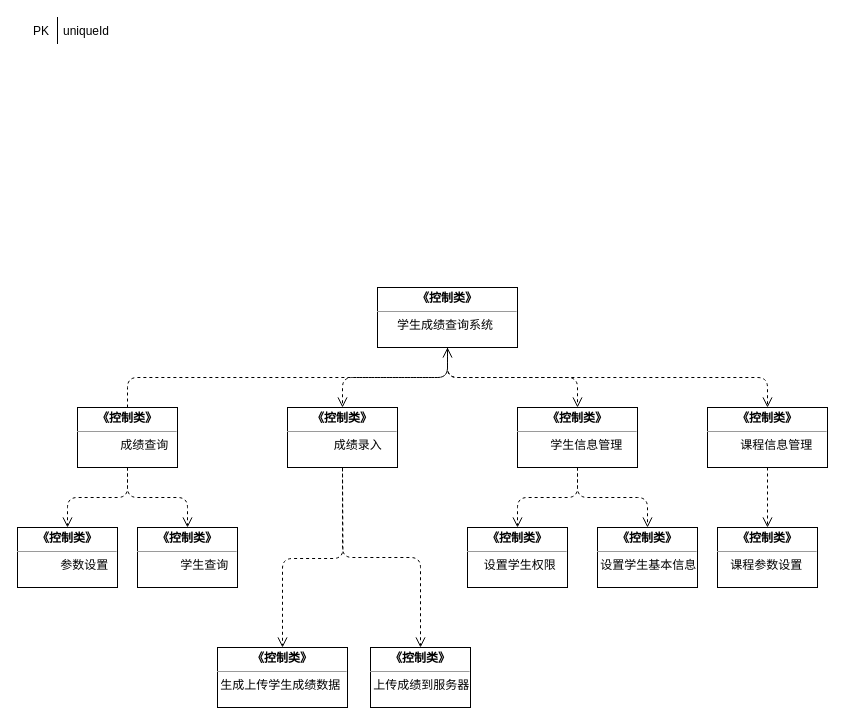
Earlier version of the draw.io diagram 学生成绩查询系统控制类关系图.drawio (lds55/-UML). Source tidied: cells renumbered, new cells numbered last; positions are measured from the earlier drawing's top-left corner, leaving out a move shared by most shapes. Both pictures are drawn from the tidied source at 100%, with x=0, y=0 at pixel (17, 17).
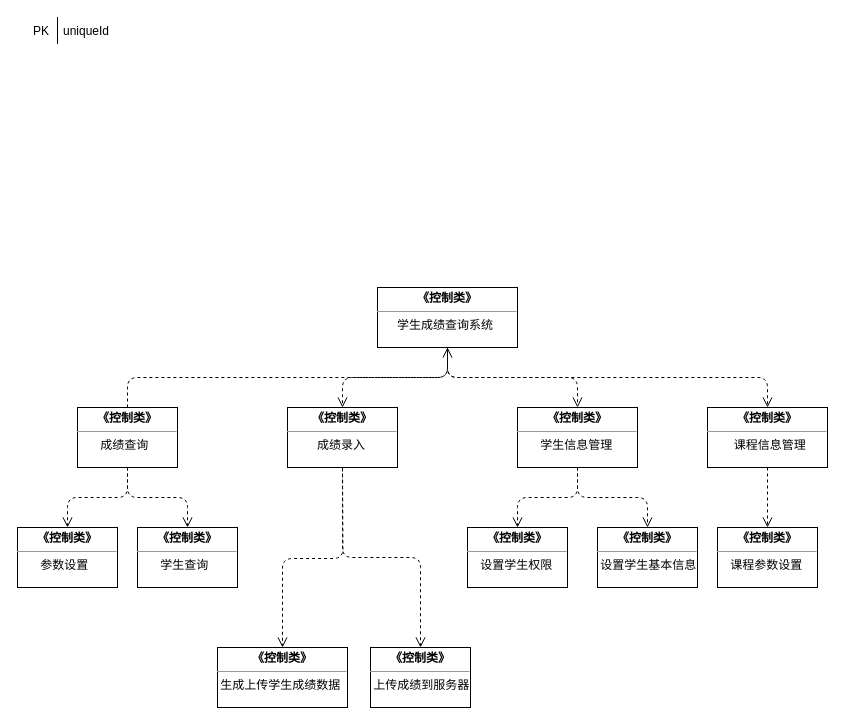
Above is the later version.

Commit message (it also covers changes not shown here):
更新学生成绩查询系统控制类关系图.drawio

The edit, as a diff of the source:
```diff
@@
-    <mxCell id="5" value="&lt;p style=&quot;margin: 0px ; margin-top: 4px ; text-align: center&quot;&gt;&lt;b&gt;《控制类》&lt;/b&gt;&lt;/p&gt;&lt;hr size=&quot;1&quot;&gt;&lt;div style=&quot;height: 2px&quot;&gt;&amp;nbsp; &amp;nbsp; &amp;nbsp; &amp;nbsp; &amp;nbsp; &amp;nbsp; &amp;nbsp;成绩查询&lt;/div&gt;" style="verticalAlign=top;align=left;overflow=fill;fontSize=12;fontFamily=Helvetica;html=1;" parent="1" vertex="1">
+    <mxCell id="5" value="&lt;p style=&quot;margin: 0px ; margin-top: 4px ; text-align: center&quot;&gt;&lt;b&gt;《控制类》&lt;/b&gt;&lt;/p&gt;&lt;hr size=&quot;1&quot;&gt;&lt;div style=&quot;height: 2px&quot;&gt;&amp;nbsp; &amp;nbsp; &amp;nbsp; &amp;nbsp;成绩查询&lt;/div&gt;" style="verticalAlign=top;align=left;overflow=fill;fontSize=12;fontFamily=Helvetica;html=1;" parent="1" vertex="1">
       <mxGeometry x="60" y="390" width="100" height="60" as="geometry" />
     </mxCell>
-    <mxCell id="6" value="&lt;p style=&quot;margin: 0px ; margin-top: 4px ; text-align: center&quot;&gt;&lt;b&gt;《控制类》&lt;/b&gt;&lt;/p&gt;&lt;hr size=&quot;1&quot;&gt;&lt;div style=&quot;height: 2px&quot;&gt;&amp;nbsp; &amp;nbsp; &amp;nbsp; &amp;nbsp; &amp;nbsp; &amp;nbsp; &amp;nbsp; 成绩录入&lt;/div&gt;" style="verticalAlign=top;align=left;overflow=fill;fontSize=12;fontFamily=Helvetica;html=1;" parent="1" vertex="1">
+    <mxCell id="6" value="&lt;p style=&quot;margin: 0px ; margin-top: 4px ; text-align: center&quot;&gt;&lt;b&gt;《控制类》&lt;/b&gt;&lt;/p&gt;&lt;hr size=&quot;1&quot;&gt;&lt;div style=&quot;height: 2px&quot;&gt;&amp;nbsp; &amp;nbsp; &amp;nbsp; &amp;nbsp; &amp;nbsp;成绩录入&lt;/div&gt;" style="verticalAlign=top;align=left;overflow=fill;fontSize=12;fontFamily=Helvetica;html=1;" parent="1" vertex="1">
       <mxGeometry x="270" y="390" width="110" height="60" as="geometry" />
     </mxCell>
-    <mxCell id="7" value="&lt;p style=&quot;margin: 0px ; margin-top: 4px ; text-align: center&quot;&gt;&lt;b&gt;《控制类》&lt;/b&gt;&lt;/p&gt;&lt;hr size=&quot;1&quot;&gt;&lt;div style=&quot;height: 2px&quot;&gt;&amp;nbsp; &amp;nbsp; &amp;nbsp; &amp;nbsp; &amp;nbsp; 学生信息管理&lt;/div&gt;" style="verticalAlign=top;align=left;overflow=fill;fontSize=12;fontFamily=Helvetica;html=1;" parent="1" vertex="1">
+    <mxCell id="7" value="&lt;p style=&quot;margin: 0px ; margin-top: 4px ; text-align: center&quot;&gt;&lt;b&gt;《控制类》&lt;/b&gt;&lt;/p&gt;&lt;hr size=&quot;1&quot;&gt;&lt;div style=&quot;height: 2px&quot;&gt;&amp;nbsp; &amp;nbsp; &amp;nbsp; &amp;nbsp;学生信息管理&lt;/div&gt;" style="verticalAlign=top;align=left;overflow=fill;fontSize=12;fontFamily=Helvetica;html=1;" parent="1" vertex="1">
       <mxGeometry x="500" y="390" width="120" height="60" as="geometry" />
     </mxCell>
-    <mxCell id="8" value="&lt;p style=&quot;margin: 0px ; margin-top: 4px ; text-align: center&quot;&gt;&lt;b&gt;《控制类》&lt;/b&gt;&lt;/p&gt;&lt;hr size=&quot;1&quot;&gt;&lt;div style=&quot;height: 2px&quot;&gt;&amp;nbsp; &amp;nbsp; &amp;nbsp; &amp;nbsp; &amp;nbsp; 课程信息管理&lt;/div&gt;" style="verticalAlign=top;align=left;overflow=fill;fontSize=12;fontFamily=Helvetica;html=1;" parent="1" vertex="1">
+    <mxCell id="8" value="&lt;p style=&quot;margin: 0px ; margin-top: 4px ; text-align: center&quot;&gt;&lt;b&gt;《控制类》&lt;/b&gt;&lt;/p&gt;&lt;hr size=&quot;1&quot;&gt;&lt;div style=&quot;height: 2px&quot;&gt;&amp;nbsp; &amp;nbsp; &amp;nbsp; &amp;nbsp; 课程信息管理&lt;/div&gt;" style="verticalAlign=top;align=left;overflow=fill;fontSize=12;fontFamily=Helvetica;html=1;" parent="1" vertex="1">
       <mxGeometry x="690" y="390" width="120" height="60" as="geometry" />
     </mxCell>
@@
-    <mxCell id="13" value="&lt;p style=&quot;margin: 0px ; margin-top: 4px ; text-align: center&quot;&gt;&lt;b&gt;《控制类》&lt;/b&gt;&lt;/p&gt;&lt;hr size=&quot;1&quot;&gt;&lt;div style=&quot;height: 2px&quot;&gt;&amp;nbsp; &amp;nbsp; &amp;nbsp; &amp;nbsp; &amp;nbsp; &amp;nbsp; &amp;nbsp;参数设置&lt;/div&gt;" style="verticalAlign=top;align=left;overflow=fill;fontSize=12;fontFamily=Helvetica;html=1;" parent="1" vertex="1">
+    <mxCell id="13" value="&lt;p style=&quot;margin: 0px ; margin-top: 4px ; text-align: center&quot;&gt;&lt;b&gt;《控制类》&lt;/b&gt;&lt;/p&gt;&lt;hr size=&quot;1&quot;&gt;&lt;div style=&quot;height: 2px&quot;&gt;&amp;nbsp; &amp;nbsp; &amp;nbsp; &amp;nbsp;参数设置&lt;/div&gt;" style="verticalAlign=top;align=left;overflow=fill;fontSize=12;fontFamily=Helvetica;html=1;" parent="1" vertex="1">
       <mxGeometry y="510" width="100" height="60" as="geometry" />
     </mxCell>
-    <mxCell id="14" value="&lt;p style=&quot;margin: 0px ; margin-top: 4px ; text-align: center&quot;&gt;&lt;b&gt;《控制类》&lt;/b&gt;&lt;/p&gt;&lt;hr size=&quot;1&quot;&gt;&lt;div style=&quot;height: 2px&quot;&gt;&amp;nbsp; &amp;nbsp; &amp;nbsp; &amp;nbsp; &amp;nbsp; &amp;nbsp; &amp;nbsp;学生查询&lt;/div&gt;" style="verticalAlign=top;align=left;overflow=fill;fontSize=12;fontFamily=Helvetica;html=1;" parent="1" vertex="1">
+    <mxCell id="14" value="&lt;p style=&quot;margin: 0px ; margin-top: 4px ; text-align: center&quot;&gt;&lt;b&gt;《控制类》&lt;/b&gt;&lt;/p&gt;&lt;hr size=&quot;1&quot;&gt;&lt;div style=&quot;height: 2px&quot;&gt;&amp;nbsp; &amp;nbsp; &amp;nbsp; &amp;nbsp;学生查询&lt;/div&gt;" style="verticalAlign=top;align=left;overflow=fill;fontSize=12;fontFamily=Helvetica;html=1;" parent="1" vertex="1">
       <mxGeometry x="120" y="510" width="100" height="60" as="geometry" />
     </mxCell>
@@
-    <mxCell id="17" value="&lt;p style=&quot;margin: 0px ; margin-top: 4px ; text-align: center&quot;&gt;&lt;b&gt;《控制类》&lt;/b&gt;&lt;/p&gt;&lt;hr size=&quot;1&quot;&gt;&lt;div style=&quot;height: 2px&quot;&gt;&amp;nbsp; &amp;nbsp; &amp;nbsp;设置学生权限&lt;/div&gt;" style="verticalAlign=top;align=left;overflow=fill;fontSize=12;fontFamily=Helvetica;html=1;" parent="1" vertex="1">
+    <mxCell id="17" value="&lt;p style=&quot;margin: 0px ; margin-top: 4px ; text-align: center&quot;&gt;&lt;b&gt;《控制类》&lt;/b&gt;&lt;/p&gt;&lt;hr size=&quot;1&quot;&gt;&lt;div style=&quot;height: 2px&quot;&gt;&amp;nbsp; &amp;nbsp; 设置学生权限&lt;/div&gt;" style="verticalAlign=top;align=left;overflow=fill;fontSize=12;fontFamily=Helvetica;html=1;" parent="1" vertex="1">
       <mxGeometry x="450" y="510" width="100" height="60" as="geometry" />
     </mxCell>
```
